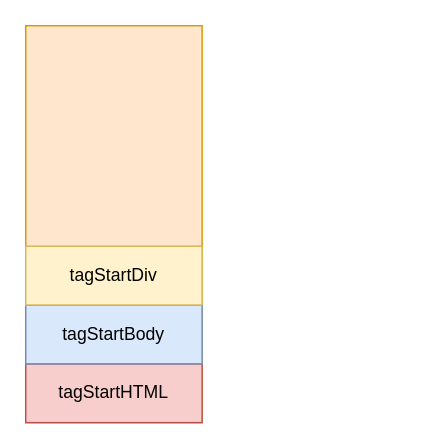
Above: Untitled Diagram.drawio in hflyx/network-pic (draw.io), before the change. Source tidied: cells renumbered, new cells numbered last; positions are measured from the earlier drawing's top-left corner, leaving out a move shared by most shapes. Both pictures are drawn from the tidied source at 147%, with x=0, y=0 at pixel (25, 25).
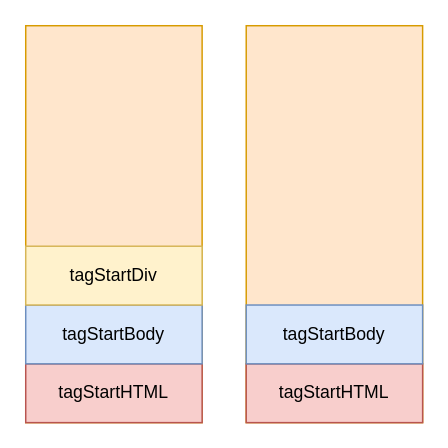
The same diagram, later.

Diff of the diagram source:
```diff
@@
 <mxGraphModel>
   <root>
     <mxCell id="0" />
     <mxCell id="1" parent="0" />
     <mxCell id="2" style="rounded=0;whiteSpace=wrap;html=1;fillColor=#ffe6cc;strokeColor=#d79b00;" parent="1" vertex="1">
       <mxGeometry width="120" height="270" as="geometry" />
     </mxCell>
     <mxCell id="3" value="tagStartHTML" style="text;html=1;strokeColor=#b85450;fillColor=#f8cecc;align=center;verticalAlign=middle;whiteSpace=wrap;rounded=0;" parent="1" vertex="1">
       <mxGeometry y="230" width="120" height="40" as="geometry" />
     </mxCell>
     <mxCell id="4" value="tagStartBody" style="text;html=1;strokeColor=#6c8ebf;fillColor=#dae8fc;align=center;verticalAlign=middle;whiteSpace=wrap;rounded=0;" parent="1" vertex="1">
       <mxGeometry y="190" width="120" height="40" as="geometry" />
     </mxCell>
     <mxCell id="5" value="tagStartDiv" style="text;html=1;strokeColor=#d6b656;fillColor=#fff2cc;align=center;verticalAlign=middle;whiteSpace=wrap;rounded=0;" parent="1" vertex="1">
       <mxGeometry y="150" width="120" height="40" as="geometry" />
     </mxCell>
+    <mxCell id="6" style="rounded=0;whiteSpace=wrap;html=1;fillColor=#ffe6cc;strokeColor=#d79b00;" parent="1" vertex="1">
+      <mxGeometry x="150" width="120" height="270" as="geometry" />
+    </mxCell>
+    <mxCell id="7" value="tagStartHTML" style="text;html=1;strokeColor=#b85450;fillColor=#f8cecc;align=center;verticalAlign=middle;whiteSpace=wrap;rounded=0;" parent="1" vertex="1">
+      <mxGeometry x="150" y="230" width="120" height="40" as="geometry" />
+    </mxCell>
+    <mxCell id="8" value="tagStartBody" style="text;html=1;strokeColor=#6c8ebf;fillColor=#dae8fc;align=center;verticalAlign=middle;whiteSpace=wrap;rounded=0;" parent="1" vertex="1">
+      <mxGeometry x="150" y="190" width="120" height="40" as="geometry" />
+    </mxCell>
   </root>
 </mxGraphModel>
```
